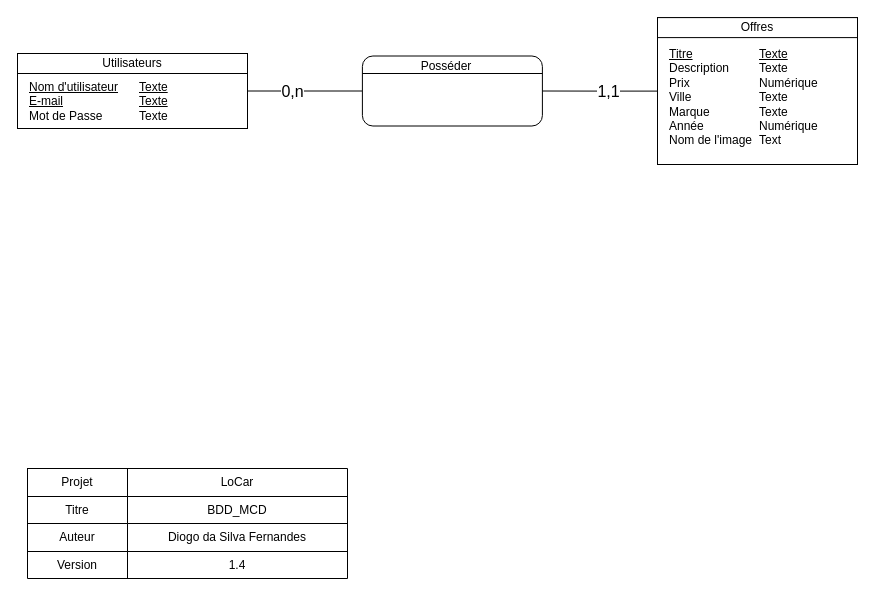
The draw.io diagram documentation/LoCar_MCD.drawio in GabrielGloor/LoCar, before the edit. Source tidied: cells renumbered, new cells numbered last; positions are measured from the earlier drawing's top-left corner, leaving out a move shared by most shapes. Both pictures are drawn from the tidied source at 100%, with x=0, y=0 at pixel (17, 17).
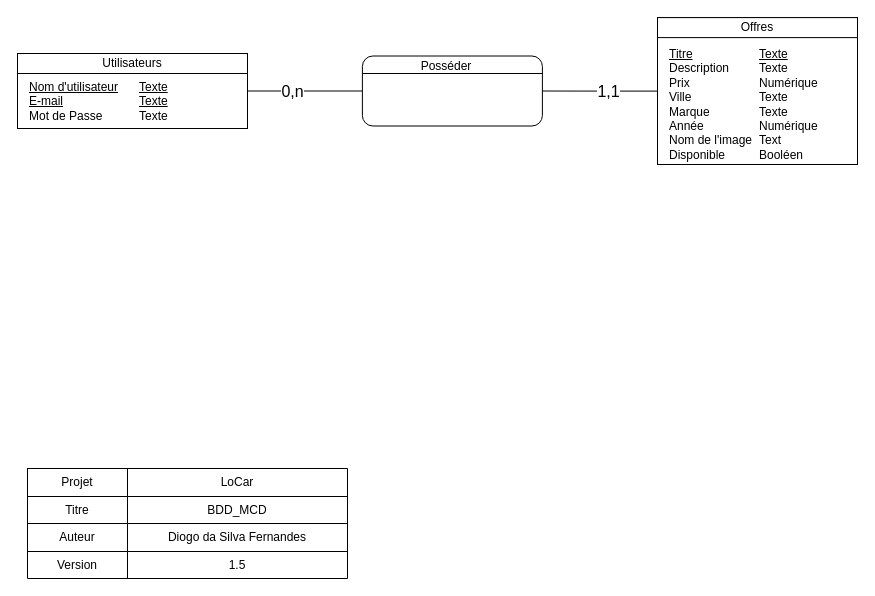
Above is the later version.

Unchanged cells that the change refers to:
```xml
<mxCell id="27" style="shape=partialRectangle;html=1;whiteSpace=wrap;fillColor=none;top=0;left=0;bottom=0;right=0;" parent="17" vertex="1">
  <mxGeometry y="83" width="320" height="27" as="geometry" />
</mxCell>
```

Diff of the diagram source:
```diff
@@
-    <mxCell id="13" value="&lt;u&gt;Titre&lt;/u&gt;&lt;br&gt;Description&lt;br&gt;Prix&lt;br&gt;Ville&lt;br&gt;Marque&lt;br&gt;Année&lt;br&gt;Nom de l'image" style="text;html=1;strokeColor=none;fillColor=none;align=left;verticalAlign=top;whiteSpace=wrap;rounded=0;" parent="1" vertex="1">
+    <mxCell id="13" value="&lt;u&gt;Titre&lt;/u&gt;&lt;br&gt;Description&lt;br&gt;Prix&lt;br&gt;Ville&lt;br&gt;Marque&lt;br&gt;Année&lt;br&gt;Nom de l'image&lt;br&gt;Disponible" style="text;html=1;strokeColor=none;fillColor=none;align=left;verticalAlign=top;whiteSpace=wrap;rounded=0;" parent="1" vertex="1">
       <mxGeometry x="650" y="22.6" width="90" height="116.2" as="geometry" />
     </mxCell>
-    <mxCell id="14" value="&lt;u&gt;Texte&lt;/u&gt;&lt;br&gt;Texte&lt;br&gt;Numérique&lt;br&gt;Texte&lt;br&gt;Texte&lt;br&gt;Numérique&lt;br&gt;Text" style="text;html=1;strokeColor=none;fillColor=none;align=left;verticalAlign=top;whiteSpace=wrap;rounded=0;" parent="1" vertex="1">
+    <mxCell id="14" value="&lt;u&gt;Texte&lt;/u&gt;&lt;br&gt;Texte&lt;br&gt;Numérique&lt;br&gt;Texte&lt;br&gt;Texte&lt;br&gt;Numérique&lt;br&gt;Text&lt;br&gt;Booléen" style="text;html=1;strokeColor=none;fillColor=none;align=left;verticalAlign=top;whiteSpace=wrap;rounded=0;" parent="1" vertex="1">
       <mxGeometry x="740" y="22.6" width="100" height="116.2" as="geometry" />
     </mxCell>
@@
-    <mxCell id="29" value="1.4" style="shape=partialRectangle;html=1;whiteSpace=wrap;overflow=hidden;fillColor=none;top=0;left=0;bottom=0;right=0;" parent="27" vertex="1">
+    <mxCell id="29" value="1.5" style="shape=partialRectangle;html=1;whiteSpace=wrap;overflow=hidden;fillColor=none;top=0;left=0;bottom=0;right=0;" parent="27" vertex="1">
       <mxGeometry x="100" width="220" height="27" as="geometry" />
     </mxCell>
```
